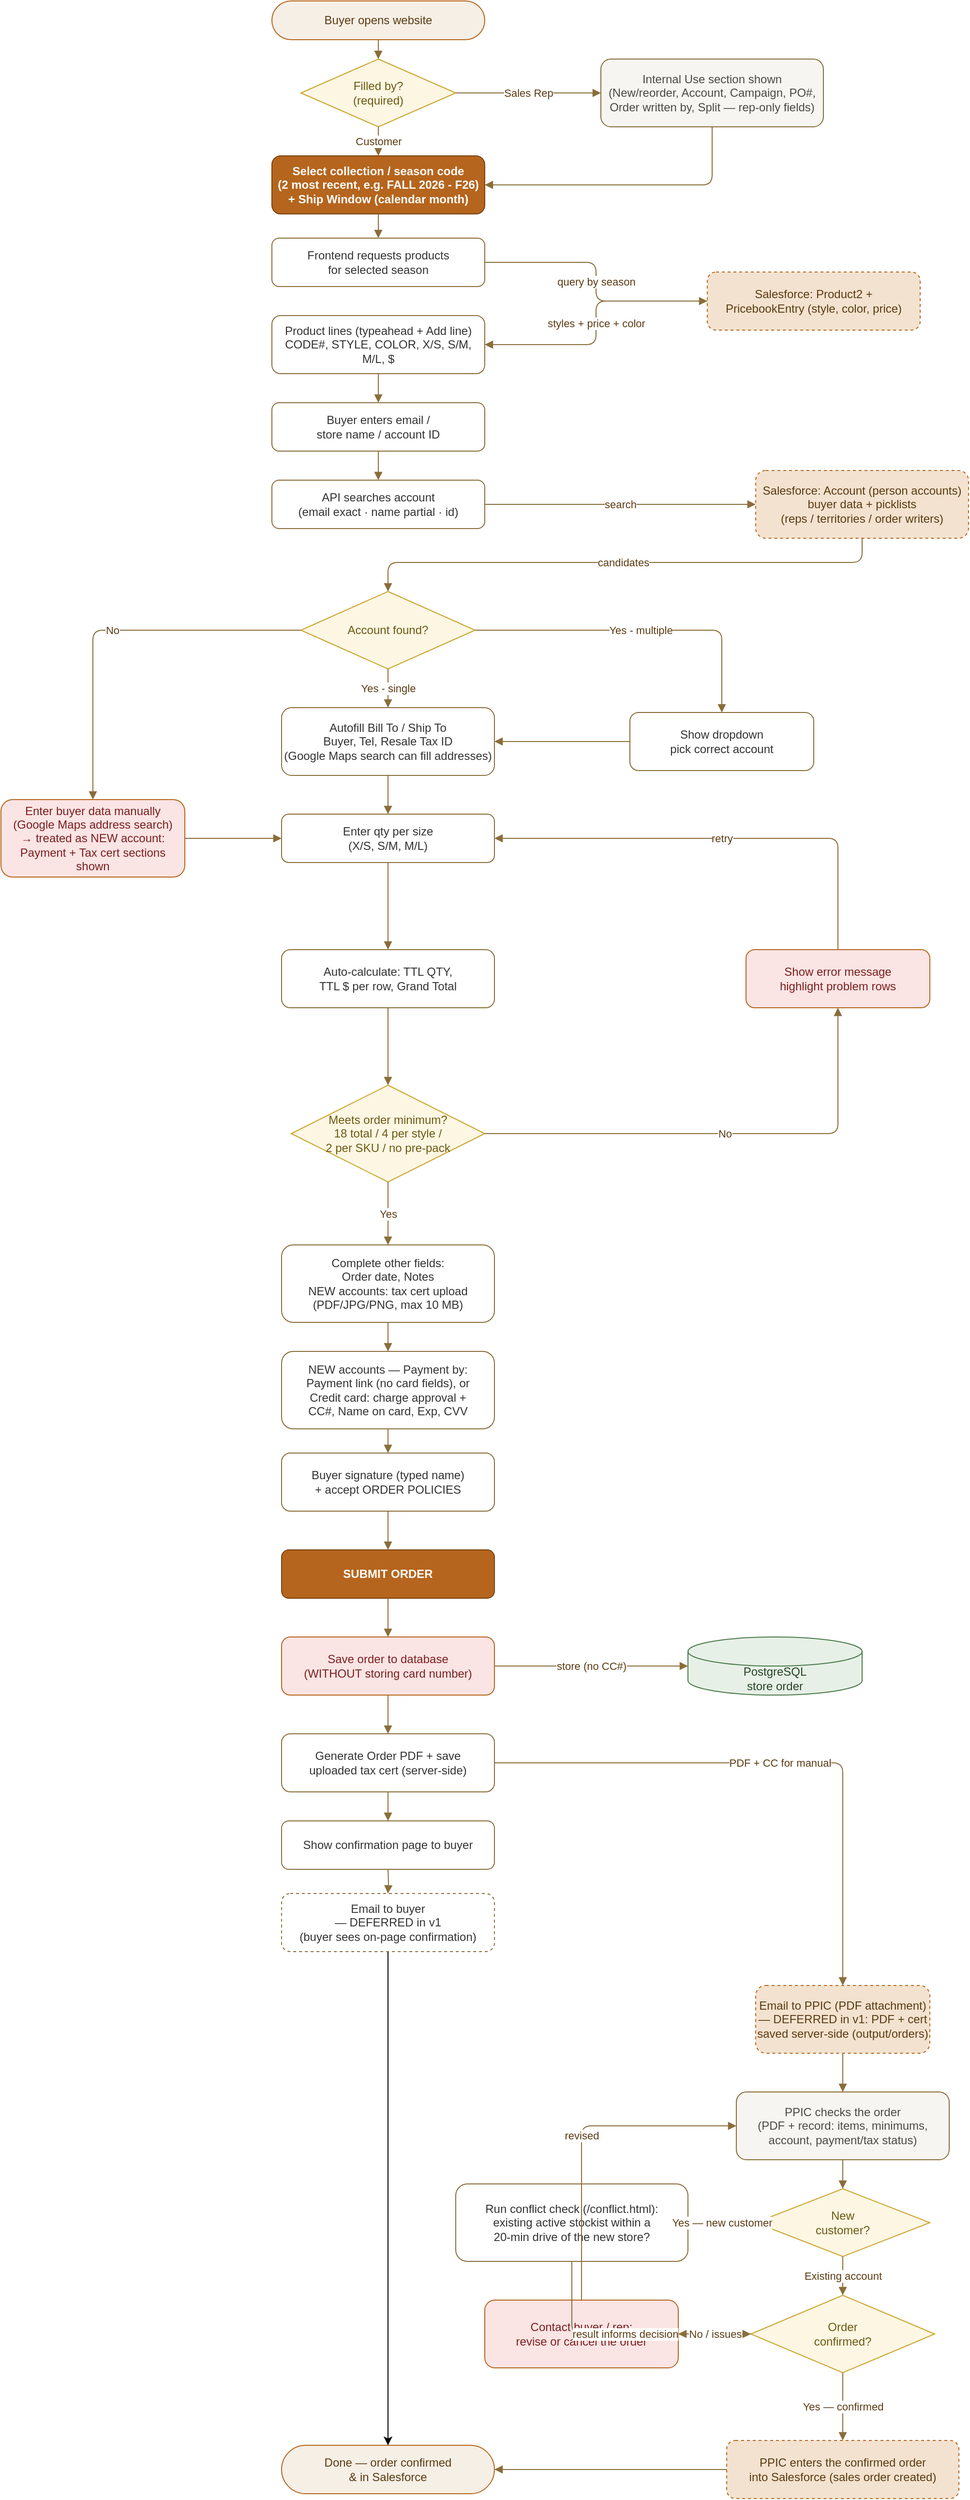
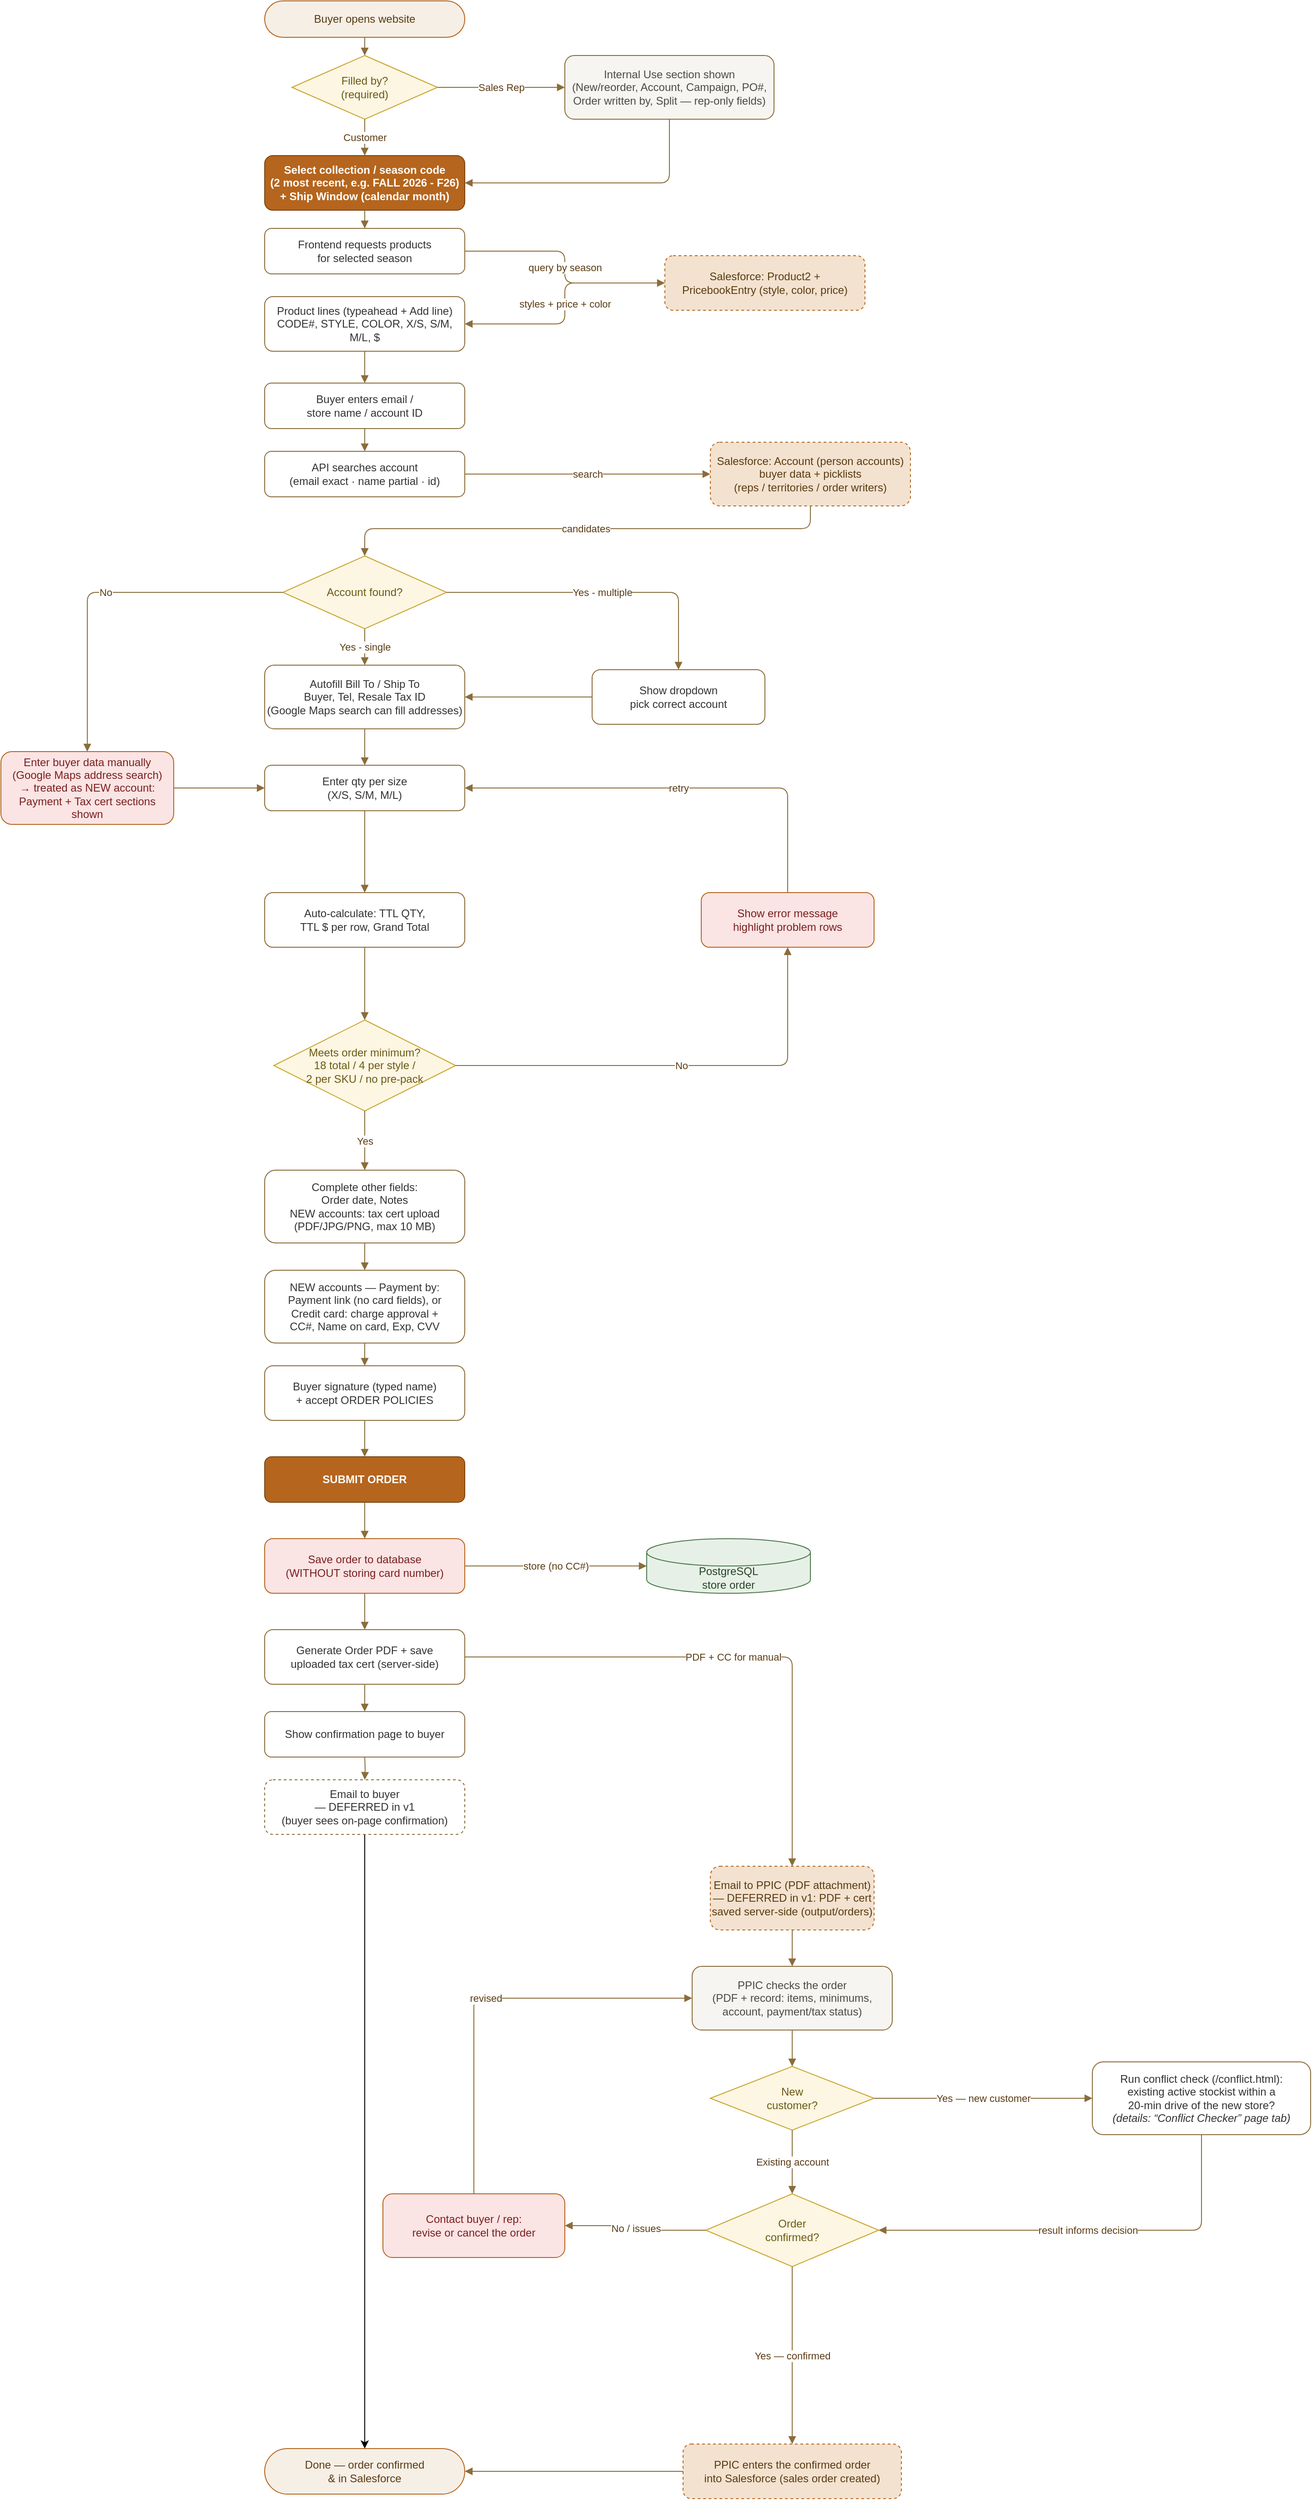
<mxfile host="65bd71144e">
    <diagram id="woodenships-order" name="Wooden Ships Order Flow">
-         <mxGraphModel dx="1341" dy="384" grid="1" gridSize="10" guides="1" tooltips="1" connect="1" arrows="1" fold="1" page="1" pageScale="1" pageWidth="1100" pageHeight="2750" math="0" shadow="0">
+         <mxGraphModel dx="1578" dy="639" grid="1" gridSize="10" guides="1" tooltips="1" connect="1" arrows="1" fold="1" page="1" pageScale="1" pageWidth="1100" pageHeight="2750" math="0" shadow="0">
            <root>
                <mxCell id="0"/>
                <mxCell id="1" parent="0"/>
                <mxCell id="start" value="Buyer opens website" style="rounded=1;whiteSpace=wrap;html=1;fillColor=#f6efe6;strokeColor=#b5651d;arcSize=50;fontColor=#5a3b13;" parent="1" vertex="1">
-                     <mxGeometry x="360" y="10" width="220" height="40" as="geometry"/>
+                     <mxGeometry x="370" y="10" width="220" height="40" as="geometry"/>
                </mxCell>
                <mxCell id="filledby" value="Filled by?&lt;br&gt;(required)" style="rhombus;whiteSpace=wrap;html=1;fillColor=#fdf6e3;strokeColor=#c9a227;fontColor=#6b5a12;" parent="1" vertex="1">
-                     <mxGeometry x="390" y="70" width="160" height="70" as="geometry"/>
+                     <mxGeometry x="400" y="70" width="160" height="70" as="geometry"/>
                </mxCell>
                <mxCell id="internaluse" value="Internal Use section shown&lt;br&gt;(New/reorder, Account, Campaign, PO#,&lt;br&gt;Order written by, Split — rep-only fields)" style="rounded=1;whiteSpace=wrap;html=1;fillColor=#f7f5f1;strokeColor=#8a6d3b;fontColor=#4c4a45;" parent="1" vertex="1">
                    <mxGeometry x="700" y="70" width="230" height="70" as="geometry"/>
                </mxCell>
                <mxCell id="season" value="Select collection / season code&lt;br&gt;(2 most recent, e.g. FALL 2026 - F26)&lt;br&gt;+ Ship Window (calendar month)" style="rounded=1;whiteSpace=wrap;html=1;fillColor=#b5651d;strokeColor=#7a430f;fontColor=#ffffff;fontStyle=1;" parent="1" vertex="1">
-                     <mxGeometry x="360" y="170" width="220" height="60" as="geometry"/>
+                     <mxGeometry x="370" y="180" width="220" height="60" as="geometry"/>
                </mxCell>
                <mxCell id="req" value="Frontend requests products&lt;br&gt;for selected season" style="rounded=1;whiteSpace=wrap;html=1;fillColor=#ffffff;strokeColor=#8a6d3b;fontColor=#333333;" parent="1" vertex="1">
-                     <mxGeometry x="360" y="255" width="220" height="50" as="geometry"/>
+                     <mxGeometry x="370" y="260" width="220" height="50" as="geometry"/>
                </mxCell>
                <mxCell id="show" value="Product lines (typeahead + Add line)&lt;br&gt;CODE#, STYLE, COLOR, X/S, S/M, M/L, $" style="rounded=1;whiteSpace=wrap;html=1;fillColor=#ffffff;strokeColor=#8a6d3b;fontColor=#333333;" parent="1" vertex="1">
-                     <mxGeometry x="360" y="335" width="220" height="60" as="geometry"/>
+                     <mxGeometry x="370" y="335" width="220" height="60" as="geometry"/>
                </mxCell>
                <mxCell id="buyer" value="Buyer enters email /&lt;br&gt;store name / account ID" style="rounded=1;whiteSpace=wrap;html=1;fillColor=#ffffff;strokeColor=#8a6d3b;fontColor=#333333;" parent="1" vertex="1">
-                     <mxGeometry x="360" y="425" width="220" height="50" as="geometry"/>
+                     <mxGeometry x="370" y="430" width="220" height="50" as="geometry"/>
                </mxCell>
                <mxCell id="api2" value="API searches account&lt;br&gt;(email exact · name partial · id)" style="rounded=1;whiteSpace=wrap;html=1;fillColor=#ffffff;strokeColor=#8a6d3b;fontColor=#333333;" parent="1" vertex="1">
-                     <mxGeometry x="360" y="505" width="220" height="50" as="geometry"/>
+                     <mxGeometry x="370" y="505" width="220" height="50" as="geometry"/>
                </mxCell>
                <mxCell id="match" value="Account found?" style="rhombus;whiteSpace=wrap;html=1;fillColor=#fdf6e3;strokeColor=#c9a227;fontColor=#6b5a12;" parent="1" vertex="1">
                    <mxGeometry x="390" y="620" width="180" height="80" as="geometry"/>
                </mxCell>
                <mxCell id="autofill" value="Autofill Bill To / Ship To&lt;br&gt;Buyer, Tel, Resale Tax ID&lt;br&gt;(Google Maps search can fill addresses)" style="rounded=1;whiteSpace=wrap;html=1;fillColor=#ffffff;strokeColor=#8a6d3b;fontColor=#333333;" parent="1" vertex="1">
                    <mxGeometry x="370" y="740" width="220" height="70" as="geometry"/>
                </mxCell>
                <mxCell id="qty" value="Enter qty per size&lt;br&gt;(X/S, S/M, M/L)" style="rounded=1;whiteSpace=wrap;html=1;fillColor=#ffffff;strokeColor=#8a6d3b;fontColor=#333333;" parent="1" vertex="1">
                    <mxGeometry x="370" y="850" width="220" height="50" as="geometry"/>
                </mxCell>
                <mxCell id="calc" value="Auto-calculate: TTL QTY,&lt;br&gt;TTL $ per row, Grand Total" style="rounded=1;whiteSpace=wrap;html=1;fillColor=#ffffff;strokeColor=#8a6d3b;fontColor=#333333;" parent="1" vertex="1">
                    <mxGeometry x="370" y="990" width="220" height="60" as="geometry"/>
                </mxCell>
                <mxCell id="valid" value="Meets order minimum?&lt;br&gt;18 total / 4 per style /&lt;br&gt;2 per SKU / no pre-pack" style="rhombus;whiteSpace=wrap;html=1;fillColor=#fdf6e3;strokeColor=#c9a227;fontColor=#6b5a12;" parent="1" vertex="1">
                    <mxGeometry x="380" y="1130" width="200" height="100" as="geometry"/>
                </mxCell>
                <mxCell id="details" value="Complete other fields:&lt;br&gt;Order date, Notes&lt;br&gt;NEW accounts: tax cert upload&lt;br&gt;(PDF/JPG/PNG, max 10 MB)" style="rounded=1;whiteSpace=wrap;html=1;fillColor=#ffffff;strokeColor=#8a6d3b;fontColor=#333333;" parent="1" vertex="1">
                    <mxGeometry x="370" y="1295" width="220" height="80" as="geometry"/>
                </mxCell>
                <mxCell id="pay" value="NEW accounts — Payment by:&lt;br&gt;Payment link (no card fields), or&lt;br&gt;Credit card: charge approval +&lt;br&gt;CC#, Name on card, Exp, CVV" style="rounded=1;whiteSpace=wrap;html=1;fillColor=#ffffff;strokeColor=#8a6d3b;fontColor=#333333;" parent="1" vertex="1">
                    <mxGeometry x="370" y="1405" width="220" height="80" as="geometry"/>
                </mxCell>
                <mxCell id="sign" value="Buyer signature (typed name)&lt;br&gt;+ accept ORDER POLICIES" style="rounded=1;whiteSpace=wrap;html=1;fillColor=#ffffff;strokeColor=#8a6d3b;fontColor=#333333;" parent="1" vertex="1">
                    <mxGeometry x="370" y="1510" width="220" height="60" as="geometry"/>
                </mxCell>
                <mxCell id="submit" value="SUBMIT ORDER" style="rounded=1;whiteSpace=wrap;html=1;fillColor=#b5651d;strokeColor=#7a430f;fontColor=#ffffff;fontStyle=1;" parent="1" vertex="1">
                    <mxGeometry x="370" y="1610" width="220" height="50" as="geometry"/>
                </mxCell>
                <mxCell id="save" value="Save order to database&lt;br&gt;(WITHOUT storing card number)" style="rounded=1;whiteSpace=wrap;html=1;fillColor=#fbe4e4;strokeColor=#b5651d;fontColor=#7a1f1f;" parent="1" vertex="1">
                    <mxGeometry x="370" y="1700" width="220" height="60" as="geometry"/>
                </mxCell>
                <mxCell id="pdf" value="Generate Order PDF + save&lt;br&gt;uploaded tax cert (server-side)" style="rounded=1;whiteSpace=wrap;html=1;fillColor=#ffffff;strokeColor=#8a6d3b;fontColor=#333333;" parent="1" vertex="1">
                    <mxGeometry x="370" y="1800" width="220" height="60" as="geometry"/>
                </mxCell>
                <mxCell id="confirm" value="Show confirmation page to buyer" style="rounded=1;whiteSpace=wrap;html=1;fillColor=#ffffff;strokeColor=#8a6d3b;fontColor=#333333;" parent="1" vertex="1">
                    <mxGeometry x="370" y="1890" width="220" height="50" as="geometry"/>
                </mxCell>
                <mxCell id="ppic" value="PPIC checks the order&lt;br&gt;(PDF + record: items, minimums,&lt;br&gt;account, payment/tax status)" style="rounded=1;whiteSpace=wrap;html=1;fillColor=#f7f5f1;strokeColor=#8a6d3b;fontColor=#4c4a45;" parent="1" vertex="1">
                    <mxGeometry x="840" y="2170" width="220" height="70" as="geometry"/>
                </mxCell>
                <mxCell id="newcust" value="New&lt;br&gt;customer?" style="rhombus;whiteSpace=wrap;html=1;fillColor=#fdf6e3;strokeColor=#c9a227;fontColor=#6b5a12;" parent="1" vertex="1">
-                     <mxGeometry x="860" y="2270" width="180" height="70" as="geometry"/>
-                 </mxCell>
-                 <mxCell id="conflictcheck" value="Run conflict check (/conflict.html):&lt;br&gt;existing active stockist within a&lt;br&gt;20-min drive of the new store?" style="rounded=1;whiteSpace=wrap;html=1;fillColor=#ffffff;strokeColor=#8a6d3b;fontColor=#333333;" parent="1" vertex="1">
-                     <mxGeometry x="550" y="2265" width="240" height="80" as="geometry"/>
+                     <mxGeometry x="860" y="2280" width="180" height="70" as="geometry"/>
+                 </mxCell>
+                 <mxCell id="conflictcheck" value="Run conflict check (/conflict.html):&lt;br&gt;existing active stockist within a&lt;br&gt;20-min drive of the new store?&lt;br&gt;&lt;i&gt;(details: “Conflict Checker” page tab)&lt;/i&gt;" style="rounded=1;whiteSpace=wrap;html=1;fillColor=#ffffff;strokeColor=#8a6d3b;fontColor=#333333;" parent="1" vertex="1">
+                     <mxGeometry x="1280" y="2275" width="240" height="80" as="geometry"/>
                </mxCell>
                <mxCell id="ppicok" value="Order&lt;br&gt;confirmed?" style="rhombus;whiteSpace=wrap;html=1;fillColor=#fdf6e3;strokeColor=#c9a227;fontColor=#6b5a12;" parent="1" vertex="1">
-                     <mxGeometry x="855" y="2380" width="190" height="80" as="geometry"/>
+                     <mxGeometry x="855" y="2420" width="190" height="80" as="geometry"/>
                </mxCell>
                <mxCell id="ppicfix" value="Contact buyer / rep:&lt;br&gt;revise or cancel the order" style="rounded=1;whiteSpace=wrap;html=1;fillColor=#fbe4e4;strokeColor=#b5651d;fontColor=#7a1f1f;" parent="1" vertex="1">
-                     <mxGeometry x="580" y="2385" width="200" height="70" as="geometry"/>
+                     <mxGeometry x="500" y="2420" width="200" height="70" as="geometry"/>
                </mxCell>
                <mxCell id="sfentry" value="PPIC enters the confirmed order&lt;br&gt;into Salesforce (sales order created)" style="rounded=1;whiteSpace=wrap;html=1;fillColor=#f3e2cf;strokeColor=#b5651d;fontColor=#5a3b13;dashed=1;" parent="1" vertex="1">
-                     <mxGeometry x="830" y="2530" width="240" height="60" as="geometry"/>
+                     <mxGeometry x="830" y="2695" width="240" height="60" as="geometry"/>
                </mxCell>
                <mxCell id="done" value="Done — order confirmed&lt;br&gt;&amp;amp; in Salesforce" style="rounded=1;whiteSpace=wrap;html=1;fillColor=#f6efe6;strokeColor=#b5651d;arcSize=50;fontColor=#5a3b13;" parent="1" vertex="1">
-                     <mxGeometry x="370" y="2535" width="220" height="50" as="geometry"/>
+                     <mxGeometry x="370" y="2700" width="220" height="50" as="geometry"/>
                </mxCell>
                <mxCell id="pick" value="Show dropdown&lt;br&gt;pick correct account" style="rounded=1;whiteSpace=wrap;html=1;fillColor=#ffffff;strokeColor=#8a6d3b;fontColor=#333333;" parent="1" vertex="1">
                    <mxGeometry x="730" y="745" width="190" height="60" as="geometry"/>
                </mxCell>
                <mxCell id="manual" value="Enter buyer data manually&lt;br&gt;(Google Maps address search)&lt;br&gt;→ treated as NEW account:&lt;br&gt;Payment + Tax cert sections shown" style="rounded=1;whiteSpace=wrap;html=1;fillColor=#fbe4e4;strokeColor=#b5651d;fontColor=#7a1f1f;" parent="1" vertex="1">
                    <mxGeometry x="80" y="835" width="190" height="80" as="geometry"/>
                </mxCell>
                <mxCell id="err" value="Show error message&lt;br&gt;highlight problem rows" style="rounded=1;whiteSpace=wrap;html=1;fillColor=#fbe4e4;strokeColor=#b5651d;fontColor=#7a1f1f;" parent="1" vertex="1">
                    <mxGeometry x="850" y="990" width="190" height="60" as="geometry"/>
                </mxCell>
                <mxCell id="sfprod" value="Salesforce: Product2 +&lt;br&gt;PricebookEntry (style, color, price)" style="rounded=1;whiteSpace=wrap;html=1;fillColor=#f3e2cf;strokeColor=#b5651d;fontColor=#5a3b13;dashed=1;" parent="1" vertex="1">
                    <mxGeometry x="810" y="290" width="220" height="60" as="geometry"/>
                </mxCell>
                <mxCell id="sfacc" value="Salesforce: Account (person accounts)&lt;br&gt;buyer data + picklists&lt;br&gt;(reps / territories / order writers)" style="rounded=1;whiteSpace=wrap;html=1;fillColor=#f3e2cf;strokeColor=#b5651d;fontColor=#5a3b13;dashed=1;" parent="1" vertex="1">
                    <mxGeometry x="860" y="495" width="220" height="70" as="geometry"/>
                </mxCell>
                <mxCell id="db" value="PostgreSQL&lt;br&gt;store order" style="shape=cylinder3;whiteSpace=wrap;html=1;boundedLbl=1;backgroundOutline=1;fillColor=#e7f0e7;strokeColor=#4b7a4b;fontColor=#274427;" parent="1" vertex="1">
                    <mxGeometry x="790" y="1700" width="180" height="60" as="geometry"/>
                </mxCell>
                <mxCell id="mail" value="Email to PPIC (PDF attachment)&lt;br&gt;— DEFERRED in v1: PDF + cert&lt;br&gt;saved server-side (output/orders)" style="rounded=1;whiteSpace=wrap;html=1;fillColor=#f3e2cf;strokeColor=#b5651d;fontColor=#5a3b13;dashed=1;" parent="1" vertex="1">
                    <mxGeometry x="860" y="2060" width="180" height="70" as="geometry"/>
                </mxCell>
                <mxCell id="e0" value="" style="edgeStyle=orthogonalEdgeStyle;rounded=1;html=1;strokeColor=#8a6d3b;fontColor=#5a3b13;endArrow=block;" parent="1" source="start" target="filledby" edge="1">
                    <mxGeometry relative="1" as="geometry"/>
                </mxCell>
                <mxCell id="efb1" value="Sales Rep" style="edgeStyle=orthogonalEdgeStyle;rounded=1;html=1;strokeColor=#8a6d3b;fontColor=#5a3b13;endArrow=block;exitX=1;exitY=0.5;exitDx=0;exitDy=0;entryX=0;entryY=0.5;entryDx=0;entryDy=0;" parent="1" source="filledby" target="internaluse" edge="1">
                    <mxGeometry relative="1" as="geometry"/>
                </mxCell>
                <mxCell id="efb2" value="Customer" style="edgeStyle=orthogonalEdgeStyle;rounded=1;html=1;strokeColor=#8a6d3b;fontColor=#5a3b13;endArrow=block;exitX=0.5;exitY=1;exitDx=0;exitDy=0;entryX=0.5;entryY=0;entryDx=0;entryDy=0;" parent="1" source="filledby" target="season" edge="1">
                    <mxGeometry relative="1" as="geometry"/>
                </mxCell>
                <mxCell id="efb3" value="" style="edgeStyle=orthogonalEdgeStyle;rounded=1;html=1;strokeColor=#8a6d3b;fontColor=#5a3b13;endArrow=block;exitX=0.5;exitY=1;exitDx=0;exitDy=0;entryX=1;entryY=0.5;entryDx=0;entryDy=0;" parent="1" source="internaluse" target="season" edge="1">
                    <mxGeometry relative="1" as="geometry"/>
                </mxCell>
                <mxCell id="e1" value="" style="edgeStyle=orthogonalEdgeStyle;rounded=1;html=1;strokeColor=#8a6d3b;fontColor=#5a3b13;endArrow=block;" parent="1" source="season" target="req" edge="1">
                    <mxGeometry relative="1" as="geometry"/>
                </mxCell>
                <mxCell id="e2" value="query by season" style="edgeStyle=orthogonalEdgeStyle;rounded=1;html=1;strokeColor=#8a6d3b;fontColor=#5a3b13;endArrow=block;" parent="1" source="req" target="sfprod" edge="1">
                    <mxGeometry relative="1" as="geometry"/>
                </mxCell>
                <mxCell id="e3" value="styles + price + color" style="edgeStyle=orthogonalEdgeStyle;rounded=1;html=1;strokeColor=#8a6d3b;fontColor=#5a3b13;endArrow=block;" parent="1" source="sfprod" target="show" edge="1">
                    <mxGeometry relative="1" as="geometry"/>
                </mxCell>
                <mxCell id="e4" value="" style="edgeStyle=orthogonalEdgeStyle;rounded=1;html=1;strokeColor=#8a6d3b;fontColor=#5a3b13;endArrow=block;" parent="1" source="show" target="buyer" edge="1">
                    <mxGeometry relative="1" as="geometry"/>
                </mxCell>
                <mxCell id="e5" value="" style="edgeStyle=orthogonalEdgeStyle;rounded=1;html=1;strokeColor=#8a6d3b;fontColor=#5a3b13;endArrow=block;" parent="1" source="buyer" target="api2" edge="1">
                    <mxGeometry relative="1" as="geometry"/>
                </mxCell>
                <mxCell id="e6" value="search" style="edgeStyle=orthogonalEdgeStyle;rounded=1;html=1;strokeColor=#8a6d3b;fontColor=#5a3b13;endArrow=block;" parent="1" source="api2" target="sfacc" edge="1">
                    <mxGeometry relative="1" as="geometry"/>
                </mxCell>
                <mxCell id="e7" value="candidates" style="edgeStyle=orthogonalEdgeStyle;rounded=1;html=1;strokeColor=#8a6d3b;fontColor=#5a3b13;endArrow=block;" parent="1" source="sfacc" target="match" edge="1">
                    <mxGeometry relative="1" as="geometry">
                        <Array as="points">
                            <mxPoint x="970" y="590"/>
                            <mxPoint x="480" y="590"/>
                        </Array>
                        <mxPoint as="offset"/>
                    </mxGeometry>
                </mxCell>
                <mxCell id="e8" value="Yes - multiple" style="edgeStyle=orthogonalEdgeStyle;rounded=1;html=1;strokeColor=#8a6d3b;fontColor=#5a3b13;endArrow=block;" parent="1" source="match" target="pick" edge="1">
                    <mxGeometry x="0.0028" relative="1" as="geometry">
                        <mxPoint as="offset"/>
                    </mxGeometry>
                </mxCell>
                <mxCell id="e9" value="Yes - single" style="edgeStyle=orthogonalEdgeStyle;rounded=1;html=1;strokeColor=#8a6d3b;fontColor=#5a3b13;endArrow=block;" parent="1" source="match" target="autofill" edge="1">
                    <mxGeometry relative="1" as="geometry"/>
                </mxCell>
                <mxCell id="e10" value="No" style="edgeStyle=orthogonalEdgeStyle;rounded=1;html=1;strokeColor=#8a6d3b;fontColor=#5a3b13;endArrow=block;" parent="1" source="match" target="manual" edge="1">
                    <mxGeometry relative="1" as="geometry"/>
                </mxCell>
                <mxCell id="e11" value="" style="edgeStyle=orthogonalEdgeStyle;rounded=1;html=1;strokeColor=#8a6d3b;fontColor=#5a3b13;endArrow=block;" parent="1" source="pick" target="autofill" edge="1">
                    <mxGeometry relative="1" as="geometry"/>
                </mxCell>
                <mxCell id="e12" value="" style="edgeStyle=orthogonalEdgeStyle;rounded=1;html=1;strokeColor=#8a6d3b;fontColor=#5a3b13;endArrow=block;" parent="1" source="manual" target="qty" edge="1">
                    <mxGeometry relative="1" as="geometry"/>
                </mxCell>
                <mxCell id="e13" value="" style="edgeStyle=orthogonalEdgeStyle;rounded=1;html=1;strokeColor=#8a6d3b;fontColor=#5a3b13;endArrow=block;" parent="1" source="autofill" target="qty" edge="1">
                    <mxGeometry relative="1" as="geometry"/>
                </mxCell>
                <mxCell id="e14" value="" style="edgeStyle=orthogonalEdgeStyle;rounded=1;html=1;strokeColor=#8a6d3b;fontColor=#5a3b13;endArrow=block;" parent="1" source="qty" target="calc" edge="1">
                    <mxGeometry relative="1" as="geometry"/>
                </mxCell>
                <mxCell id="e15" value="" style="edgeStyle=orthogonalEdgeStyle;rounded=1;html=1;strokeColor=#8a6d3b;fontColor=#5a3b13;endArrow=block;" parent="1" source="calc" target="valid" edge="1">
                    <mxGeometry relative="1" as="geometry"/>
                </mxCell>
                <mxCell id="e16" value="No" style="edgeStyle=orthogonalEdgeStyle;rounded=1;html=1;strokeColor=#8a6d3b;fontColor=#5a3b13;endArrow=block;" parent="1" source="valid" target="err" edge="1">
                    <mxGeometry relative="1" as="geometry"/>
                </mxCell>
                <mxCell id="e17" value="retry" style="edgeStyle=orthogonalEdgeStyle;rounded=1;html=1;strokeColor=#8a6d3b;fontColor=#5a3b13;endArrow=block;entryX=1;entryY=0.5;entryDx=0;entryDy=0;" parent="1" source="err" target="qty" edge="1">
                    <mxGeometry relative="1" as="geometry">
                        <Array as="points">
                            <mxPoint x="945" y="875"/>
                        </Array>
                    </mxGeometry>
                </mxCell>
                <mxCell id="e18" value="Yes" style="edgeStyle=orthogonalEdgeStyle;rounded=1;html=1;strokeColor=#8a6d3b;fontColor=#5a3b13;endArrow=block;" parent="1" source="valid" target="details" edge="1">
                    <mxGeometry relative="1" as="geometry"/>
                </mxCell>
                <mxCell id="e19" value="" style="edgeStyle=orthogonalEdgeStyle;rounded=1;html=1;strokeColor=#8a6d3b;fontColor=#5a3b13;endArrow=block;" parent="1" source="details" target="pay" edge="1">
                    <mxGeometry relative="1" as="geometry"/>
                </mxCell>
                <mxCell id="e20" value="" style="edgeStyle=orthogonalEdgeStyle;rounded=1;html=1;strokeColor=#8a6d3b;fontColor=#5a3b13;endArrow=block;" parent="1" source="pay" target="sign" edge="1">
                    <mxGeometry relative="1" as="geometry"/>
                </mxCell>
                <mxCell id="e21" value="" style="edgeStyle=orthogonalEdgeStyle;rounded=1;html=1;strokeColor=#8a6d3b;fontColor=#5a3b13;endArrow=block;" parent="1" source="sign" target="submit" edge="1">
                    <mxGeometry relative="1" as="geometry"/>
                </mxCell>
                <mxCell id="e22" value="" style="edgeStyle=orthogonalEdgeStyle;rounded=1;html=1;strokeColor=#8a6d3b;fontColor=#5a3b13;endArrow=block;" parent="1" source="submit" target="save" edge="1">
                    <mxGeometry relative="1" as="geometry"/>
                </mxCell>
                <mxCell id="e23" value="store (no CC#)" style="edgeStyle=orthogonalEdgeStyle;rounded=1;html=1;strokeColor=#8a6d3b;fontColor=#5a3b13;endArrow=block;" parent="1" source="save" target="db" edge="1">
                    <mxGeometry relative="1" as="geometry"/>
                </mxCell>
                <mxCell id="e24" value="" style="edgeStyle=orthogonalEdgeStyle;rounded=1;html=1;strokeColor=#8a6d3b;fontColor=#5a3b13;endArrow=block;" parent="1" source="save" target="pdf" edge="1">
                    <mxGeometry relative="1" as="geometry"/>
                </mxCell>
                <mxCell id="e25" value="PDF + CC for manual" style="edgeStyle=orthogonalEdgeStyle;rounded=1;html=1;strokeColor=#8a6d3b;fontColor=#5a3b13;endArrow=block;" parent="1" source="pdf" target="mail" edge="1">
                    <mxGeometry relative="1" as="geometry"/>
                </mxCell>
                <mxCell id="e26" value="" style="edgeStyle=orthogonalEdgeStyle;rounded=1;html=1;strokeColor=#8a6d3b;fontColor=#5a3b13;endArrow=block;" parent="1" source="pdf" target="confirm" edge="1">
                    <mxGeometry relative="1" as="geometry"/>
                </mxCell>
                <mxCell id="e27" value="" style="edgeStyle=orthogonalEdgeStyle;rounded=1;html=1;strokeColor=#8a6d3b;fontColor=#5a3b13;endArrow=block;exitX=0.5;exitY=1;exitDx=0;exitDy=0;entryX=0.5;entryY=0;entryDx=0;entryDy=0;" parent="1" source="mail" target="ppic" edge="1">
                    <mxGeometry relative="1" as="geometry"/>
                </mxCell>
                <mxCell id="ep1" value="" style="edgeStyle=orthogonalEdgeStyle;rounded=1;html=1;strokeColor=#8a6d3b;fontColor=#5a3b13;endArrow=block;exitX=0.5;exitY=1;exitDx=0;exitDy=0;entryX=0.5;entryY=0;entryDx=0;entryDy=0;" parent="1" source="ppic" target="newcust" edge="1">
                    <mxGeometry relative="1" as="geometry"/>
                </mxCell>
-                 <mxCell id="en1" value="Yes — new customer" style="edgeStyle=orthogonalEdgeStyle;rounded=1;html=1;strokeColor=#8a6d3b;fontColor=#5a3b13;endArrow=block;exitX=0;exitY=0.5;exitDx=0;exitDy=0;entryX=1;entryY=0.5;entryDx=0;entryDy=0;" parent="1" source="newcust" target="conflictcheck" edge="1">
-                     <mxGeometry relative="1" as="geometry"/>
-                 </mxCell>
-                 <mxCell id="en2" value="result informs decision" style="edgeStyle=orthogonalEdgeStyle;rounded=1;html=1;strokeColor=#8a6d3b;fontColor=#5a3b13;endArrow=block;exitX=0.5;exitY=1;exitDx=0;exitDy=0;entryX=0;entryY=0.5;entryDx=0;entryDy=0;" parent="1" source="conflictcheck" target="ppicok" edge="1">
+                 <mxCell id="en1" value="Yes — new customer" style="edgeStyle=orthogonalEdgeStyle;rounded=1;html=1;strokeColor=#8a6d3b;fontColor=#5a3b13;endArrow=block;exitX=1;exitY=0.5;exitDx=0;exitDy=0;entryX=0;entryY=0.5;entryDx=0;entryDy=0;" parent="1" source="newcust" target="conflictcheck" edge="1">
+                     <mxGeometry relative="1" as="geometry"/>
+                 </mxCell>
+                 <mxCell id="en2" value="result informs decision" style="edgeStyle=orthogonalEdgeStyle;rounded=1;html=1;strokeColor=#8a6d3b;fontColor=#5a3b13;endArrow=block;exitX=0.5;exitY=1;exitDx=0;exitDy=0;entryX=1;entryY=0.5;entryDx=0;entryDy=0;" parent="1" source="conflictcheck" target="ppicok" edge="1">
                    <mxGeometry relative="1" as="geometry"/>
                </mxCell>
                <mxCell id="en3" value="Existing account" style="edgeStyle=orthogonalEdgeStyle;rounded=1;html=1;strokeColor=#8a6d3b;fontColor=#5a3b13;endArrow=block;exitX=0.5;exitY=1;exitDx=0;exitDy=0;entryX=0.5;entryY=0;entryDx=0;entryDy=0;" parent="1" source="newcust" target="ppicok" edge="1">
                    <mxGeometry relative="1" as="geometry"/>
                </mxCell>
                <mxCell id="ep2" value="Yes — confirmed" style="edgeStyle=orthogonalEdgeStyle;rounded=1;html=1;strokeColor=#8a6d3b;fontColor=#5a3b13;endArrow=block;exitX=0.5;exitY=1;exitDx=0;exitDy=0;entryX=0.5;entryY=0;entryDx=0;entryDy=0;" parent="1" source="ppicok" target="sfentry" edge="1">
                    <mxGeometry relative="1" as="geometry"/>
                </mxCell>
                <mxCell id="ep3" value="No / issues" style="edgeStyle=orthogonalEdgeStyle;rounded=1;html=1;strokeColor=#8a6d3b;fontColor=#5a3b13;endArrow=block;exitX=0;exitY=0.5;exitDx=0;exitDy=0;entryX=1;entryY=0.5;entryDx=0;entryDy=0;" parent="1" source="ppicok" target="ppicfix" edge="1">
                    <mxGeometry relative="1" as="geometry"/>
                </mxCell>
                <mxCell id="ep4" value="revised" style="edgeStyle=orthogonalEdgeStyle;rounded=1;html=1;strokeColor=#8a6d3b;fontColor=#5a3b13;endArrow=block;exitX=0.5;exitY=0;exitDx=0;exitDy=0;entryX=0;entryY=0.5;entryDx=0;entryDy=0;" parent="1" source="ppicfix" target="ppic" edge="1">
                    <mxGeometry relative="1" as="geometry"/>
                </mxCell>
                <mxCell id="ep5" value="" style="edgeStyle=orthogonalEdgeStyle;rounded=1;html=1;strokeColor=#8a6d3b;fontColor=#5a3b13;endArrow=block;exitX=0;exitY=0.5;exitDx=0;exitDy=0;entryX=1;entryY=0.5;entryDx=0;entryDy=0;" parent="1" source="sfentry" target="done" edge="1">
                    <mxGeometry relative="1" as="geometry"/>
                </mxCell>
                <mxCell id="e28" value="" style="edgeStyle=orthogonalEdgeStyle;rounded=1;html=1;strokeColor=#8a6d3b;fontColor=#5a3b13;endArrow=block;entryX=0.5;entryY=0;entryDx=0;entryDy=0;" parent="1" target="2" edge="1">
                    <mxGeometry relative="1" as="geometry">
                        <mxPoint x="480" y="1940" as="sourcePoint"/>
                    </mxGeometry>
                </mxCell>
                <mxCell id="3" style="edgeStyle=none;html=1;exitX=0.5;exitY=1;exitDx=0;exitDy=0;entryX=0.5;entryY=0;entryDx=0;entryDy=0;" parent="1" source="2" target="done" edge="1">
                    <mxGeometry relative="1" as="geometry"/>
                </mxCell>
                <mxCell id="2" value="Email to buyer&lt;br&gt;— DEFERRED in v1&lt;br&gt;(buyer sees on-page confirmation)" style="rounded=1;whiteSpace=wrap;html=1;fillColor=#ffffff;strokeColor=#8a6d3b;fontColor=#333333;dashed=1;" parent="1" vertex="1">
                    <mxGeometry x="370" y="1965" width="220" height="60" as="geometry"/>
                </mxCell>
            </root>
        </mxGraphModel>
    </diagram>
+     <diagram id="conflict-checker" name="Conflict Checker">
+         <mxGraphModel dx="1341" dy="384" grid="1" gridSize="10" guides="1" tooltips="1" connect="1" arrows="1" fold="1" page="1" pageScale="1" pageWidth="900" pageHeight="900" math="0" shadow="0">
+             <root>
+                 <mxCell id="0"/>
+                 <mxCell id="1" parent="0"/>
+                 <mxCell id="c_start" value="New store location&lt;br&gt;(lat / lng from the Google Maps search box)" style="rounded=1;whiteSpace=wrap;html=1;fillColor=#f6efe6;strokeColor=#b5651d;arcSize=50;fontColor=#5a3b13;" parent="1" vertex="1">
+                     <mxGeometry x="300" y="20" width="300" height="60" as="geometry"/>
+                 </mxCell>
+                 <mxCell id="c_sf" value="Salesforce candidates (cached 5 min):&lt;br&gt;Type = Wholesale, shipping geocode present,&lt;br&gt;≥ 1 sales order in the last 3 years (~900 stores)" style="rounded=1;whiteSpace=wrap;html=1;fillColor=#f3e2cf;strokeColor=#b5651d;fontColor=#5a3b13;dashed=1;" parent="1" vertex="1">
+                     <mxGeometry x="300" y="120" width="300" height="70" as="geometry"/>
+                 </mxCell>
+                 <mxCell id="c_knn" value="Straight-line (haversine) distance to every&lt;br&gt;candidate — keep the nearest 10–25" style="rounded=1;whiteSpace=wrap;html=1;fillColor=#ffffff;strokeColor=#8a6d3b;fontColor=#333333;" parent="1" vertex="1">
+                     <mxGeometry x="300" y="230" width="300" height="60" as="geometry"/>
+                 </mxCell>
+                 <mxCell id="c_key" value="Google server key&lt;br&gt;configured &amp;amp; reachable?" style="rhombus;whiteSpace=wrap;html=1;fillColor=#fdf6e3;strokeColor=#c9a227;fontColor=#6b5a12;" parent="1" vertex="1">
+                     <mxGeometry x="320" y="330" width="260" height="80" as="geometry"/>
+                 </mxCell>
+                 <mxCell id="c_google" value="Google Distance Matrix (1 request,&lt;br&gt;coordinates only): driving minutes&lt;br&gt;to each finalist" style="rounded=1;whiteSpace=wrap;html=1;fillColor=#f3e2cf;strokeColor=#b5651d;fontColor=#5a3b13;dashed=1;" parent="1" vertex="1">
+                     <mxGeometry x="140" y="470" width="280" height="70" as="geometry"/>
+                 </mxCell>
+                 <mxCell id="c_fallback" value="Fallback — straight-line mode:&lt;br&gt;distance only, threshold ≈ maxMinutes × 0.5 mi&lt;br&gt;(response says mode = straight-line)" style="rounded=1;whiteSpace=wrap;html=1;fillColor=#fbe4e4;strokeColor=#b5651d;fontColor=#7a1f1f;" parent="1" vertex="1">
+                     <mxGeometry x="500" y="470" width="300" height="70" as="geometry"/>
+                 </mxCell>
+                 <mxCell id="c_verdict" value="Any active stockist closer&lt;br&gt;than maxMinutes&lt;br&gt;(default 20 min drive)?" style="rhombus;whiteSpace=wrap;html=1;fillColor=#fdf6e3;strokeColor=#c9a227;fontColor=#6b5a12;" parent="1" vertex="1">
+                     <mxGeometry x="320" y="590" width="260" height="90" as="geometry"/>
+                 </mxCell>
+                 <mxCell id="c_yes" value="CONFLICT (verdict: true)&lt;br&gt;nearest stockists listed as evidence:&lt;br&gt;miles, drive minutes, last order date" style="rounded=1;whiteSpace=wrap;html=1;fillColor=#fbe4e4;strokeColor=#b5651d;fontColor=#7a1f1f;" parent="1" vertex="1">
+                     <mxGeometry x="140" y="740" width="280" height="70" as="geometry"/>
+                 </mxCell>
+                 <mxCell id="c_no" value="NO CONFLICT (verdict: false)&lt;br&gt;nearest stockists still listed&lt;br&gt;for PPIC to review" style="rounded=1;whiteSpace=wrap;html=1;fillColor=#e7f0e7;strokeColor=#4b7a4b;fontColor=#274427;" parent="1" vertex="1">
+                     <mxGeometry x="500" y="740" width="280" height="70" as="geometry"/>
+                 </mxCell>
+                 <mxCell id="ce1" value="" style="edgeStyle=orthogonalEdgeStyle;rounded=1;html=1;strokeColor=#8a6d3b;fontColor=#5a3b13;endArrow=block;" parent="1" source="c_start" target="c_sf" edge="1">
+                     <mxGeometry relative="1" as="geometry"/>
+                 </mxCell>
+                 <mxCell id="ce2" value="" style="edgeStyle=orthogonalEdgeStyle;rounded=1;html=1;strokeColor=#8a6d3b;fontColor=#5a3b13;endArrow=block;" parent="1" source="c_sf" target="c_knn" edge="1">
+                     <mxGeometry relative="1" as="geometry"/>
+                 </mxCell>
+                 <mxCell id="ce3" value="" style="edgeStyle=orthogonalEdgeStyle;rounded=1;html=1;strokeColor=#8a6d3b;fontColor=#5a3b13;endArrow=block;" parent="1" source="c_knn" target="c_key" edge="1">
+                     <mxGeometry relative="1" as="geometry"/>
+                 </mxCell>
+                 <mxCell id="ce4" value="Yes" style="edgeStyle=orthogonalEdgeStyle;rounded=1;html=1;strokeColor=#8a6d3b;fontColor=#5a3b13;endArrow=block;exitX=0;exitY=0.5;exitDx=0;exitDy=0;entryX=0.5;entryY=0;entryDx=0;entryDy=0;" parent="1" source="c_key" target="c_google" edge="1">
+                     <mxGeometry relative="1" as="geometry"/>
+                 </mxCell>
+                 <mxCell id="ce5" value="No key / Google error" style="edgeStyle=orthogonalEdgeStyle;rounded=1;html=1;strokeColor=#8a6d3b;fontColor=#5a3b13;endArrow=block;exitX=1;exitY=0.5;exitDx=0;exitDy=0;entryX=0.5;entryY=0;entryDx=0;entryDy=0;" parent="1" source="c_key" target="c_fallback" edge="1">
+                     <mxGeometry relative="1" as="geometry"/>
+                 </mxCell>
+                 <mxCell id="ce6" value="" style="edgeStyle=orthogonalEdgeStyle;rounded=1;html=1;strokeColor=#8a6d3b;fontColor=#5a3b13;endArrow=block;exitX=0.5;exitY=1;exitDx=0;exitDy=0;entryX=0;entryY=0.5;entryDx=0;entryDy=0;" parent="1" source="c_google" target="c_verdict" edge="1">
+                     <mxGeometry relative="1" as="geometry"/>
+                 </mxCell>
+                 <mxCell id="ce7" value="" style="edgeStyle=orthogonalEdgeStyle;rounded=1;html=1;strokeColor=#8a6d3b;fontColor=#5a3b13;endArrow=block;exitX=0.5;exitY=1;exitDx=0;exitDy=0;entryX=1;entryY=0.5;entryDx=0;entryDy=0;" parent="1" source="c_fallback" target="c_verdict" edge="1">
+                     <mxGeometry relative="1" as="geometry"/>
+                 </mxCell>
+                 <mxCell id="ce8" value="Yes" style="edgeStyle=orthogonalEdgeStyle;rounded=1;html=1;strokeColor=#8a6d3b;fontColor=#5a3b13;endArrow=block;exitX=0;exitY=0.5;exitDx=0;exitDy=0;entryX=0.5;entryY=0;entryDx=0;entryDy=0;" parent="1" source="c_verdict" target="c_yes" edge="1">
+                     <mxGeometry relative="1" as="geometry"/>
+                 </mxCell>
+                 <mxCell id="ce9" value="No" style="edgeStyle=orthogonalEdgeStyle;rounded=1;html=1;strokeColor=#8a6d3b;fontColor=#5a3b13;endArrow=block;exitX=1;exitY=0.5;exitDx=0;exitDy=0;entryX=0.5;entryY=0;entryDx=0;entryDy=0;" parent="1" source="c_verdict" target="c_no" edge="1">
+                     <mxGeometry relative="1" as="geometry"/>
+                 </mxCell>
+             </root>
+         </mxGraphModel>
+     </diagram>
</mxfile>